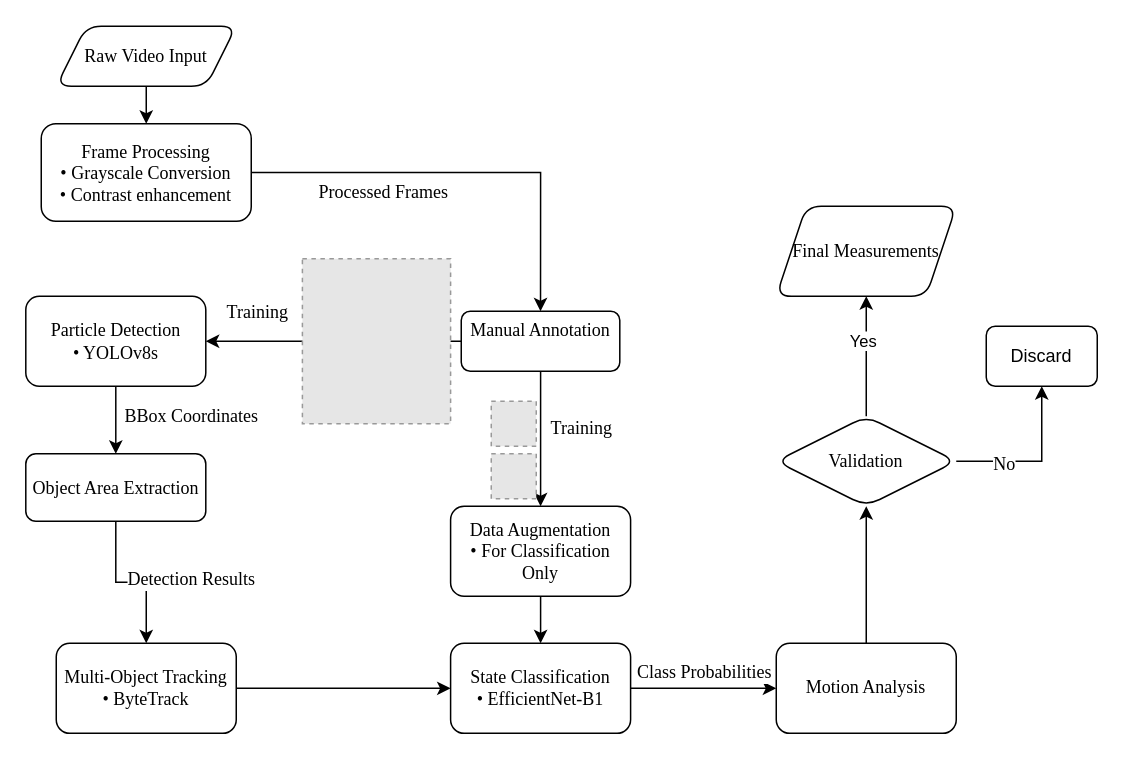
Before: Untitled Diagram.drawio in 14790897/550-preprocess, a draw.io diagram. Source tidied: cells renumbered, new cells numbered last; positions are measured from the earlier drawing's top-left corner, leaving out a move shared by most shapes. Both pictures are drawn from the tidied source at 150%, with x=0, y=0 at pixel (26, 26). Pictures stored in the file or linked from it are replaced by grey dashed boxes.
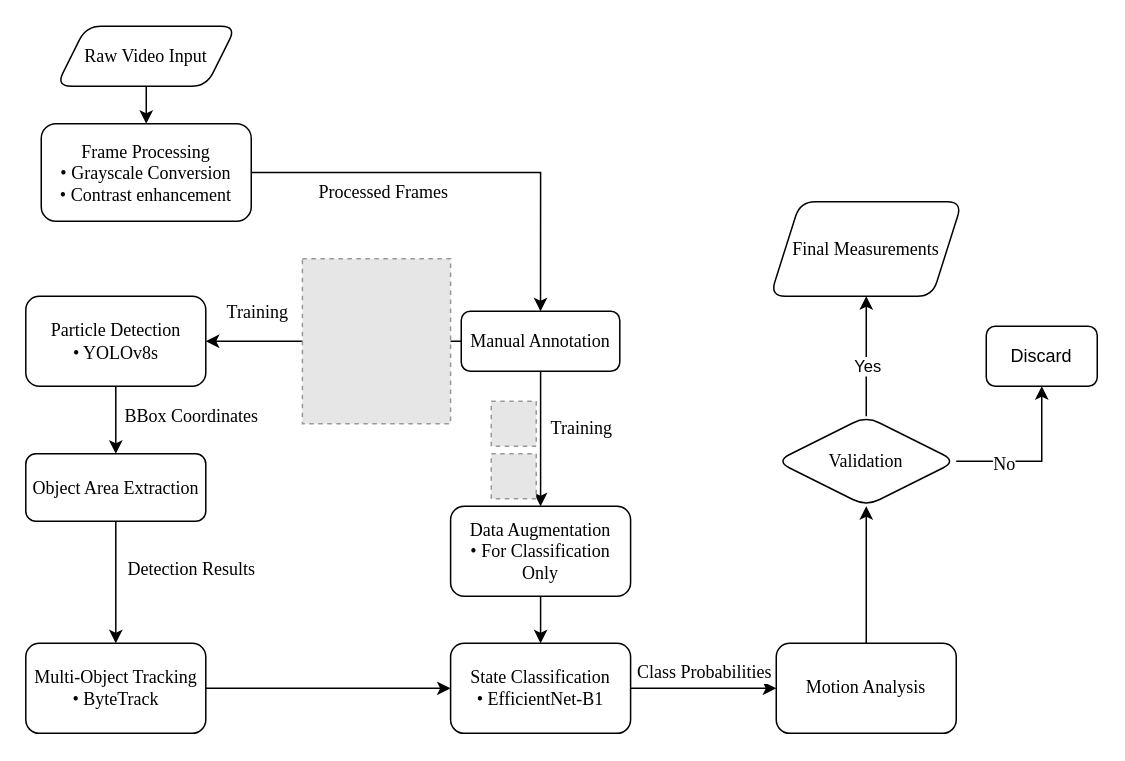
Above is the later version.

Unchanged cells that the change refers to:
```xml
<mxCell id="20" style="edgeStyle=orthogonalEdgeStyle;rounded=0;jettySize=auto;html=1;fontFamily=Times New Roman;fontSize=12;fontColor=default;" parent="1" edge="1" source="24" target="25">
  <mxGeometry relative="1" as="geometry" />
</mxCell>
```

Diff of the diagram source:
```diff
@@
     <mxCell id="14" value="Multi-Object Tracking&lt;div&gt;• ByteTrack&lt;/div&gt;" style="rounded=1;whiteSpace=wrap;html=1;shadow=0;glass=0;strokeColor=default;strokeWidth=1;align=center;verticalAlign=middle;fontFamily=Times New Roman;fontSize=12;fontColor=default;fillColor=default;" parent="1" vertex="1">
-      <mxGeometry x="20" y="411.4" width="120" height="60" as="geometry" />
+      <mxGeometry x="-0.3" y="411.4" width="120" height="60" as="geometry" />
     </mxCell>
@@
     <mxCell id="21" value="Yes" style="edgeLabel;html=1;align=center;verticalAlign=middle;" parent="20" vertex="1">
       <mxGeometry x="0.03" relative="1" as="geometry">
-        <mxPoint x="-3" y="-10" as="offset" />
+        <mxPoint y="7" as="offset" />
       </mxGeometry>
     </mxCell>
@@
     <mxCell id="25" value="Final Measurements" style="rounded=1;whiteSpace=wrap;html=1;shadow=0;glass=0;strokeColor=default;strokeWidth=1;align=center;verticalAlign=middle;fontFamily=Times New Roman;fontSize=12;fontColor=default;fillColor=default;shape=parallelogram;perimeter=parallelogramPerimeter;fixedSize=1;" parent="1" vertex="1">
-      <mxGeometry x="500" y="120" width="120" height="60" as="geometry" />
+      <mxGeometry x="496" y="117" width="128" height="63" as="geometry" />
     </mxCell>
@@
-    <mxCell id="31" value="Manual Annotation&lt;div&gt;&lt;br&gt;&lt;/div&gt;" style="rounded=1;whiteSpace=wrap;html=1;fontFamily=Times New Roman;" parent="1" vertex="1">
+    <mxCell id="31" value="Manual Annotation" style="rounded=1;whiteSpace=wrap;html=1;fontFamily=Times New Roman;" parent="1" vertex="1">
       <mxGeometry x="290" y="190" width="105.7" height="40" as="geometry" />
     </mxCell>
```
